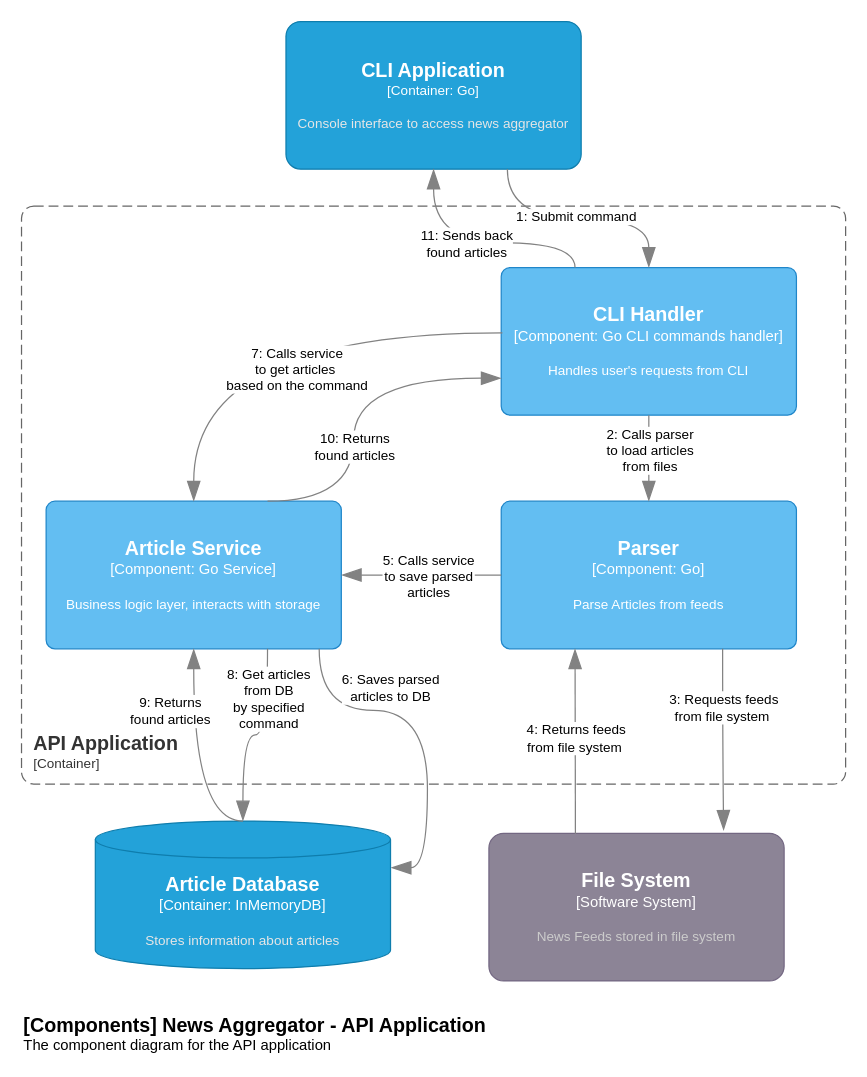
Above: page "Dynamic" (4 of 4) of docs/c4model/c4model.drawio.xml in antonchaban/news-aggregator (draw.io), before the change. Source tidied: cells renumbered, new cells numbered last; positions are measured from the earlier drawing's top-left corner, leaving out a move shared by most shapes. Both pictures are drawn from the tidied source at 123%, with x=0, y=0 at pixel (21, 21).
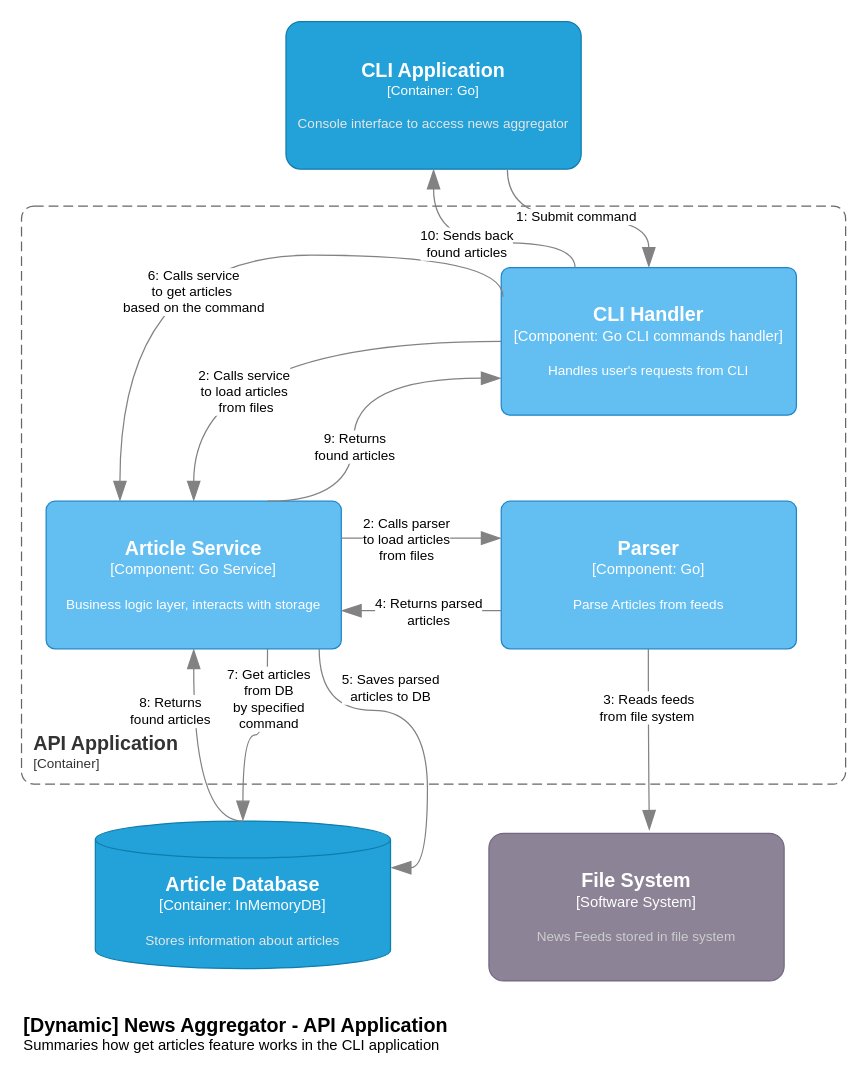
After the change.

Commit message (it also covers changes not shown here):
Update C4 diagrams (dynamic and component)

Unchanged cells that the change refers to:
```xml
<object id="5" label="&lt;font style=&quot;font-size: 16px&quot;&gt;&lt;b&gt;%c4Name%&lt;/b&gt;&lt;/font&gt;&lt;div&gt;[%c4Type%: %c4Technology%]&lt;/div&gt;&lt;br&gt;&lt;div&gt;&lt;font style=&quot;font-size: 11px&quot;&gt;%c4Description%&lt;/font&gt;&lt;/div&gt;" c4Description="Handles user's requests from CLI" c4Name="CLI Handler" c4Technology="Go CLI commands handler" c4Type="Component" placeholders="1">
  <mxCell style="rounded=1;whiteSpace=wrap;html=1;labelBackgroundColor=none;fillColor=#63BEF2;fontColor=#ffffff;align=center;arcSize=6;strokeColor=#2086C9;points=[[0.25,0,0],[0.5,0,0],[0.75,0,0],[1,0.25,0],[1,0.5,0],[1,0.75,0],[0.75,1,0],[0.5,1,0],[0.25,1,0],[0,0.75,0],[0,0.5,0],[0,0.25,0]];" parent="1" vertex="1">
    <mxGeometry x="390" y="200" width="240" height="120" as="geometry" />
  </mxCell>
</object>
<object id="6" label="&lt;font style=&quot;font-size: 16px&quot;&gt;&lt;b&gt;%c4Name%&lt;/b&gt;&lt;/font&gt;&lt;div&gt;[%c4Type%: %c4Technology%]&lt;/div&gt;&lt;br&gt;&lt;div&gt;&lt;font style=&quot;font-size: 11px&quot;&gt;%c4Description%&lt;/font&gt;&lt;/div&gt;" c4Description="Business logic layer, interacts with storage" c4Name="Article Service" c4Technology="Go Service" c4Type="Component" placeholders="1">
  <mxCell style="rounded=1;whiteSpace=wrap;html=1;labelBackgroundColor=none;fillColor=#63BEF2;fontColor=#ffffff;align=center;arcSize=6;strokeColor=#2086C9;points=[[0.25,0,0],[0.5,0,0],[0.75,0,0],[1,0.25,0],[1,0.5,0],[1,0.75,0],[0.75,1,0],[0.5,1,0],[0.25,1,0],[0,0.75,0],[0,0.5,0],[0,0.25,0]];" parent="1" vertex="1">
    <mxGeometry x="20" y="390" width="240" height="120" as="geometry" />
  </mxCell>
</object>
<object id="7" label="&lt;font style=&quot;font-size: 16px&quot;&gt;&lt;b&gt;%c4Name%&lt;/b&gt;&lt;/font&gt;&lt;div&gt;[%c4Type%: %c4Technology%]&lt;/div&gt;&lt;br&gt;&lt;div&gt;&lt;font style=&quot;font-size: 11px&quot;&gt;%c4Description%&lt;/font&gt;&lt;/div&gt;" c4Description="Parse Articles from feeds" c4Name="Parser" c4Technology="Go" c4Type="Component" placeholders="1">
  <mxCell style="rounded=1;whiteSpace=wrap;html=1;labelBackgroundColor=none;fillColor=#63BEF2;fontColor=#ffffff;align=center;arcSize=6;strokeColor=#2086C9;points=[[0.25,0,0],[0.5,0,0],[0.75,0,0],[1,0.25,0],[1,0.5,0],[1,0.75,0],[0.75,1,0],[0.5,1,0],[0.25,1,0],[0,0.75,0],[0,0.5,0],[0,0.25,0]];" parent="1" vertex="1">
    <mxGeometry x="390" y="390" width="240" height="120" as="geometry" />
  </mxCell>
</object>
<object id="8" label="&lt;font style=&quot;font-size: 16px&quot;&gt;&lt;b&gt;%c4Name%&lt;/b&gt;&lt;/font&gt;&lt;div&gt;[%c4Type%]&lt;/div&gt;&lt;br&gt;&lt;div&gt;&lt;font style=&quot;font-size: 11px&quot;&gt;&lt;font color=&quot;#cccccc&quot;&gt;%c4Description%&lt;/font&gt;&lt;/div&gt;" c4Description="News Feeds stored in file system" c4Name="File System" c4Type="Software System" placeholders="1">
  <mxCell style="rounded=1;whiteSpace=wrap;html=1;labelBackgroundColor=none;fillColor=#8C8496;fontColor=#ffffff;align=center;arcSize=10;strokeColor=#736782;points=[[0.25,0,0],[0.5,0,0],[0.75,0,0],[1,0.25,0],[1,0.5,0],[1,0.75,0],[0.75,1,0],[0.5,1,0],[0.25,1,0],[0,0.75,0],[0,0.5,0],[0,0.25,0]];" parent="1" vertex="1">
    <mxGeometry x="380" y="660" width="240" height="120" as="geometry" />
  </mxCell>
</object>
<mxCell id="18" style="endArrow=blockThin;html=1;fontSize=10;fontColor=#404040;strokeWidth=1;endFill=1;strokeColor=#828282;elbow=vertical;endSize=14;startSize=14;jumpStyle=arc;jumpSize=16;rounded=0;edgeStyle=orthogonalEdgeStyle;exitX=0.925;exitY=0.999;exitDx=0;exitDy=0;exitPerimeter=0;entryX=1.002;entryY=0.316;entryDx=0;entryDy=0;entryPerimeter=0;curved=1;" parent="1" edge="1" source="6" target="9">
  <mxGeometry relative="1" as="geometry">
    <Array as="points">
      <mxPoint x="242" y="560" />
      <mxPoint x="330" y="560" />
      <mxPoint x="330" y="688" />
    </Array>
  </mxGeometry>
</mxCell>
<mxCell id="24" style="endArrow=blockThin;html=1;fontSize=10;fontColor=#404040;strokeWidth=1;endFill=1;strokeColor=#828282;elbow=vertical;endSize=14;startSize=14;jumpStyle=arc;jumpSize=16;rounded=0;edgeStyle=orthogonalEdgeStyle;exitX=0.75;exitY=1;exitDx=0;exitDy=0;exitPerimeter=0;entryX=0.5;entryY=0;entryDx=0;entryDy=0;entryPerimeter=0;curved=1;" parent="1" edge="1" source="6" target="9">
  <mxGeometry relative="1" as="geometry" />
</mxCell>
<mxCell id="26" style="endArrow=blockThin;html=1;fontSize=10;fontColor=#404040;strokeWidth=1;endFill=1;strokeColor=#828282;elbow=vertical;endSize=14;startSize=14;jumpStyle=arc;jumpSize=16;rounded=0;edgeStyle=orthogonalEdgeStyle;exitX=0.5;exitY=0;exitDx=0;exitDy=0;exitPerimeter=0;entryX=0.5;entryY=1;entryDx=0;entryDy=0;entryPerimeter=0;curved=1;" parent="1" edge="1" source="9" target="6">
  <mxGeometry relative="1" as="geometry">
    <Array as="points">
      <mxPoint x="140" y="650" />
    </Array>
  </mxGeometry>
</mxCell>
<mxCell id="28" style="endArrow=blockThin;html=1;fontSize=10;fontColor=#404040;strokeWidth=1;endFill=1;strokeColor=#828282;elbow=vertical;endSize=14;startSize=14;jumpStyle=arc;jumpSize=16;rounded=0;edgeStyle=orthogonalEdgeStyle;exitX=0.75;exitY=0;exitDx=0;exitDy=0;exitPerimeter=0;entryX=0;entryY=0.75;entryDx=0;entryDy=0;entryPerimeter=0;curved=1;" parent="1" edge="1" source="6" target="5">
  <mxGeometry relative="1" as="geometry">
    <Array as="points">
      <mxPoint x="270" y="390" />
      <mxPoint x="270" y="290" />
    </Array>
  </mxGeometry>
</mxCell>
<mxCell id="30" style="endArrow=blockThin;html=1;fontSize=10;fontColor=#404040;strokeWidth=1;endFill=1;strokeColor=#828282;elbow=vertical;endSize=14;startSize=14;jumpStyle=arc;jumpSize=16;rounded=0;edgeStyle=orthogonalEdgeStyle;entryX=0.5;entryY=1;entryDx=0;entryDy=0;entryPerimeter=0;exitX=0.25;exitY=0;exitDx=0;exitDy=0;exitPerimeter=0;curved=1;" parent="1" edge="1" source="5" target="4">
  <mxGeometry relative="1" as="geometry">
    <Array as="points">
      <mxPoint x="450" y="180" />
      <mxPoint x="335" y="180" />
    </Array>
  </mxGeometry>
</mxCell>
```

The edit, as a diff of the source:
```diff
@@
-    <object id="3" label="&lt;font style=&quot;font-size: 16px&quot;&gt;&lt;b&gt;&lt;div style=&quot;text-align: left&quot;&gt;%c4Name%&lt;/div&gt;&lt;/b&gt;&lt;/font&gt;&lt;div style=&quot;text-align: left&quot;&gt;%c4Description%&lt;/div&gt;" c4Description="The component diagram for the API application" c4Name="[Components] News Aggregator - API Application" placeholders="1">
+    <object id="3" label="&lt;font style=&quot;font-size: 16px&quot;&gt;&lt;b&gt;&lt;div style=&quot;text-align: left&quot;&gt;%c4Name%&lt;/div&gt;&lt;/b&gt;&lt;/font&gt;&lt;div style=&quot;text-align: left&quot;&gt;%c4Description%&lt;/div&gt;" c4Description="Summaries how get articles feature works in the CLI application" c4Name="[Dynamic] News Aggregator - API Application" placeholders="1">
       <mxCell style="text;html=1;strokeColor=none;fillColor=none;align=left;verticalAlign=top;whiteSpace=wrap;rounded=0;" parent="1" vertex="1">
         <mxGeometry y="800" width="440" height="40" as="geometry" />
       </mxCell>
     </object>
@@
-    <mxCell id="12" style="endArrow=blockThin;html=1;fontSize=10;fontColor=#404040;strokeWidth=1;endFill=1;strokeColor=#828282;elbow=vertical;endSize=14;startSize=14;jumpStyle=arc;jumpSize=16;rounded=0;edgeStyle=orthogonalEdgeStyle;exitX=0.5;exitY=1;exitDx=0;exitDy=0;exitPerimeter=0;entryX=0.5;entryY=0;entryDx=0;entryDy=0;entryPerimeter=0;" parent="1" edge="1" source="5" target="7">
+    <mxCell id="12" style="endArrow=blockThin;html=1;fontSize=10;fontColor=#404040;strokeWidth=1;endFill=1;strokeColor=#828282;elbow=vertical;endSize=14;startSize=14;jumpStyle=arc;jumpSize=16;rounded=0;edgeStyle=orthogonalEdgeStyle;exitX=1;exitY=0.25;exitDx=0;exitDy=0;exitPerimeter=0;entryX=0;entryY=0.25;entryDx=0;entryDy=0;entryPerimeter=0;" parent="1" edge="1" source="6" target="7">
       <mxGeometry relative="1" as="geometry" />
     </mxCell>
@@
-    <mxCell id="14" style="endArrow=blockThin;html=1;fontSize=10;fontColor=#404040;strokeWidth=1;endFill=1;strokeColor=#828282;elbow=vertical;endSize=14;startSize=14;jumpStyle=arc;jumpSize=16;rounded=0;edgeStyle=orthogonalEdgeStyle;exitX=0.75;exitY=1;exitDx=0;exitDy=0;exitPerimeter=0;entryX=0.795;entryY=-0.02;entryDx=0;entryDy=0;entryPerimeter=0;curved=1;" parent="1" edge="1" source="7" target="8">
+    <mxCell id="14" style="endArrow=blockThin;html=1;fontSize=10;fontColor=#404040;strokeWidth=1;endFill=1;strokeColor=#828282;elbow=vertical;endSize=14;startSize=14;jumpStyle=arc;jumpSize=16;rounded=0;edgeStyle=orthogonalEdgeStyle;exitX=0.75;exitY=1;exitDx=0;exitDy=0;exitPerimeter=0;entryX=0.795;entryY=-0.02;entryDx=0;entryDy=0;entryPerimeter=0;curved=1;" parent="1" edge="1">
       <mxGeometry relative="1" as="geometry">
+        <mxPoint x="509.6" y="510" as="sourcePoint" />
+        <mxPoint x="510.4" y="657.6" as="targetPoint" />
         <Array as="points">
-          <mxPoint x="570" y="580" />
-          <mxPoint x="571" y="580" />
+          <mxPoint x="509.6" y="580" />
+          <mxPoint x="510.6" y="580" />
         </Array>
       </mxGeometry>
     </mxCell>
-    <mxCell id="15" value="3: Requests feeds&lt;br&gt;from file system&amp;nbsp;" style="edgeLabel;html=1;align=center;verticalAlign=middle;" parent="14" vertex="1">
+    <mxCell id="15" value="3: Reads feeds&lt;br&gt;from file system&amp;nbsp;" style="edgeLabel;html=1;align=center;verticalAlign=middle;" parent="14" vertex="1">
       <mxGeometry x="-0.16" relative="1" as="geometry">
         <mxPoint y="-15" as="offset" />
       </mxGeometry>
     </mxCell>
-    <mxCell id="16" style="endArrow=blockThin;html=1;fontSize=10;fontColor=#404040;strokeWidth=1;endFill=1;strokeColor=#828282;elbow=vertical;endSize=14;startSize=14;jumpStyle=arc;jumpSize=16;rounded=0;edgeStyle=orthogonalEdgeStyle;entryX=1;entryY=0.5;entryDx=0;entryDy=0;entryPerimeter=0;exitX=0;exitY=0.5;exitDx=0;exitDy=0;exitPerimeter=0;" parent="1" edge="1" source="7" target="6">
-      <mxGeometry relative="1" as="geometry" />
+    <mxCell id="16" style="endArrow=blockThin;html=1;fontSize=10;fontColor=#404040;strokeWidth=1;endFill=1;strokeColor=#828282;elbow=vertical;endSize=14;startSize=14;jumpStyle=arc;jumpSize=16;rounded=0;edgeStyle=orthogonalEdgeStyle;entryX=1;entryY=0.5;entryDx=0;entryDy=0;entryPerimeter=0;exitX=0;exitY=0.5;exitDx=0;exitDy=0;exitPerimeter=0;" parent="1" edge="1">
+      <mxGeometry relative="1" as="geometry">
+        <mxPoint x="390" y="479" as="sourcePoint" />
+        <mxPoint x="260" y="479" as="targetPoint" />
+      </mxGeometry>
     </mxCell>
-    <mxCell id="17" value="5: Calls service&lt;br&gt;to save parsed&lt;br&gt;articles" style="edgeLabel;html=1;align=center;verticalAlign=middle;" parent="16" vertex="1">
+    <mxCell id="17" value="4: Returns&amp;nbsp;parsed&lt;br&gt;articles" style="edgeLabel;html=1;align=center;verticalAlign=middle;" parent="16" vertex="1">
       <mxGeometry x="0.02" y="1" relative="1" as="geometry">
         <mxPoint x="6" y="-1" as="offset" />
       </mxGeometry>
     </mxCell>
@@
-    <mxCell id="19" value="6: Saves parsed&lt;br&gt;articles to DB" style="edgeLabel;html=1;align=center;verticalAlign=middle;" parent="18" vertex="1">
+    <mxCell id="19" value="5: Saves parsed&lt;br&gt;articles to DB" style="edgeLabel;html=1;align=center;verticalAlign=middle;" parent="18" vertex="1">
       <mxGeometry x="-0.27" relative="1" as="geometry">
         <mxPoint y="-19" as="offset" />
       </mxGeometry>
     </mxCell>
-    <mxCell id="20" style="endArrow=blockThin;html=1;fontSize=10;fontColor=#404040;strokeWidth=1;endFill=1;strokeColor=#828282;elbow=vertical;endSize=14;startSize=14;jumpStyle=arc;jumpSize=16;rounded=0;edgeStyle=orthogonalEdgeStyle;exitX=0.004;exitY=0.442;exitDx=0;exitDy=0;exitPerimeter=0;entryX=0.5;entryY=0;entryDx=0;entryDy=0;entryPerimeter=0;curved=1;" parent="1" edge="1" source="5" target="6">
-      <mxGeometry relative="1" as="geometry" />
+    <mxCell id="20" style="endArrow=blockThin;html=1;fontSize=10;fontColor=#404040;strokeWidth=1;endFill=1;strokeColor=#828282;elbow=vertical;endSize=14;startSize=14;jumpStyle=arc;jumpSize=16;rounded=0;edgeStyle=orthogonalEdgeStyle;exitX=0.006;exitY=0.198;exitDx=0;exitDy=0;exitPerimeter=0;entryX=0.25;entryY=0;entryDx=0;entryDy=0;entryPerimeter=0;curved=1;" parent="1" edge="1" source="5" target="6">
+      <mxGeometry relative="1" as="geometry">
+        <Array as="points">
+          <mxPoint x="391" y="190" />
+          <mxPoint x="80" y="190" />
+        </Array>
+      </mxGeometry>
     </mxCell>
-    <mxCell id="21" value="7: Calls service&lt;br&gt;to get articles&amp;nbsp;&lt;br&gt;based on the command" style="edgeLabel;html=1;align=center;verticalAlign=middle;" parent="20" vertex="1">
-      <mxGeometry x="-0.14" y="29" relative="1" as="geometry" />
+    <mxCell id="21" value="6: Calls service&lt;br&gt;to get articles&amp;nbsp;&lt;br&gt;based on the command" style="edgeLabel;html=1;align=center;verticalAlign=middle;" parent="20" vertex="1">
+      <mxGeometry x="-0.14" y="29" relative="1" as="geometry">
+        <mxPoint x="-52" as="offset" />
+      </mxGeometry>
     </mxCell>
-    <mxCell id="22" style="endArrow=blockThin;html=1;fontSize=10;fontColor=#404040;strokeWidth=1;endFill=1;strokeColor=#828282;elbow=vertical;endSize=14;startSize=14;jumpStyle=arc;jumpSize=16;rounded=0;edgeStyle=orthogonalEdgeStyle;exitX=0.293;exitY=0.004;exitDx=0;exitDy=0;exitPerimeter=0;entryX=0.25;entryY=1;entryDx=0;entryDy=0;entryPerimeter=0;curved=1;" parent="1" edge="1" source="8" target="7">
-      <mxGeometry relative="1" as="geometry" />
-    </mxCell>
-    <mxCell id="23" value="4: Returns feeds&lt;br&gt;from file system&amp;nbsp;" style="edgeLabel;html=1;align=center;verticalAlign=middle;" parent="22" vertex="1">
-      <mxGeometry x="-0.16" relative="1" as="geometry">
-        <mxPoint y="-15" as="offset" />
-      </mxGeometry>
-    </mxCell>
@@
-    <mxCell id="25" value="8: Get articles&lt;br&gt;from DB&lt;br&gt;by specified&lt;br&gt;command" style="edgeLabel;html=1;align=center;verticalAlign=middle;" parent="24" vertex="1">
+    <mxCell id="25" value="7: Get articles&lt;br&gt;from DB&lt;br&gt;by specified&lt;br&gt;command" style="edgeLabel;html=1;align=center;verticalAlign=middle;" parent="24" vertex="1">
       <mxGeometry x="-0.54" relative="1" as="geometry">
         <mxPoint y="3" as="offset" />
       </mxGeometry>
     </mxCell>
@@
-    <mxCell id="27" value="9:&amp;nbsp;Returns &lt;br&gt;found articles" style="edgeLabel;html=1;align=center;verticalAlign=middle;" parent="26" vertex="1">
+    <mxCell id="27" value="8:&amp;nbsp;Returns &lt;br&gt;found articles" style="edgeLabel;html=1;align=center;verticalAlign=middle;" parent="26" vertex="1">
       <mxGeometry x="0.59" y="-1" relative="1" as="geometry">
         <mxPoint x="-21" y="13" as="offset" />
       </mxGeometry>
     </mxCell>
@@
-    <mxCell id="29" value="10:&amp;nbsp;Returns &lt;br&gt;found articles" style="edgeLabel;html=1;align=center;verticalAlign=middle;" parent="28" vertex="1">
+    <mxCell id="29" value="9:&amp;nbsp;Returns &lt;br&gt;found articles" style="edgeLabel;html=1;align=center;verticalAlign=middle;" parent="28" vertex="1">
       <mxGeometry x="-0.21" relative="1" as="geometry" />
     </mxCell>
@@
-    <mxCell id="31" value="11: Sends back&lt;br&gt;found articles" style="edgeLabel;html=1;align=center;verticalAlign=middle;" parent="30" vertex="1">
+    <mxCell id="31" value="10: Sends back&lt;br&gt;found articles" style="edgeLabel;html=1;align=center;verticalAlign=middle;" parent="30" vertex="1">
       <mxGeometry x="0.07" y="-5" relative="1" as="geometry">
         <mxPoint x="-5" y="5" as="offset" />
       </mxGeometry>
     </mxCell>
+    <mxCell id="32" style="endArrow=blockThin;html=1;fontSize=10;fontColor=#404040;strokeWidth=1;endFill=1;strokeColor=#828282;elbow=vertical;endSize=14;startSize=14;jumpStyle=arc;jumpSize=16;rounded=0;edgeStyle=orthogonalEdgeStyle;exitX=0;exitY=0.5;exitDx=0;exitDy=0;exitPerimeter=0;entryX=0.5;entryY=0;entryDx=0;entryDy=0;entryPerimeter=0;curved=1;" parent="1" edge="1" source="5" target="6">
+      <mxGeometry relative="1" as="geometry" />
+    </mxCell>
+    <mxCell id="33" value="2: Calls service&lt;br&gt;to load articles&lt;br&gt;&amp;nbsp;from files" style="edgeLabel;html=1;align=center;verticalAlign=middle;" parent="32" vertex="1">
+      <mxGeometry x="-0.14" y="29" relative="1" as="geometry">
+        <mxPoint x="-47" y="11" as="offset" />
+      </mxGeometry>
+    </mxCell>
```
